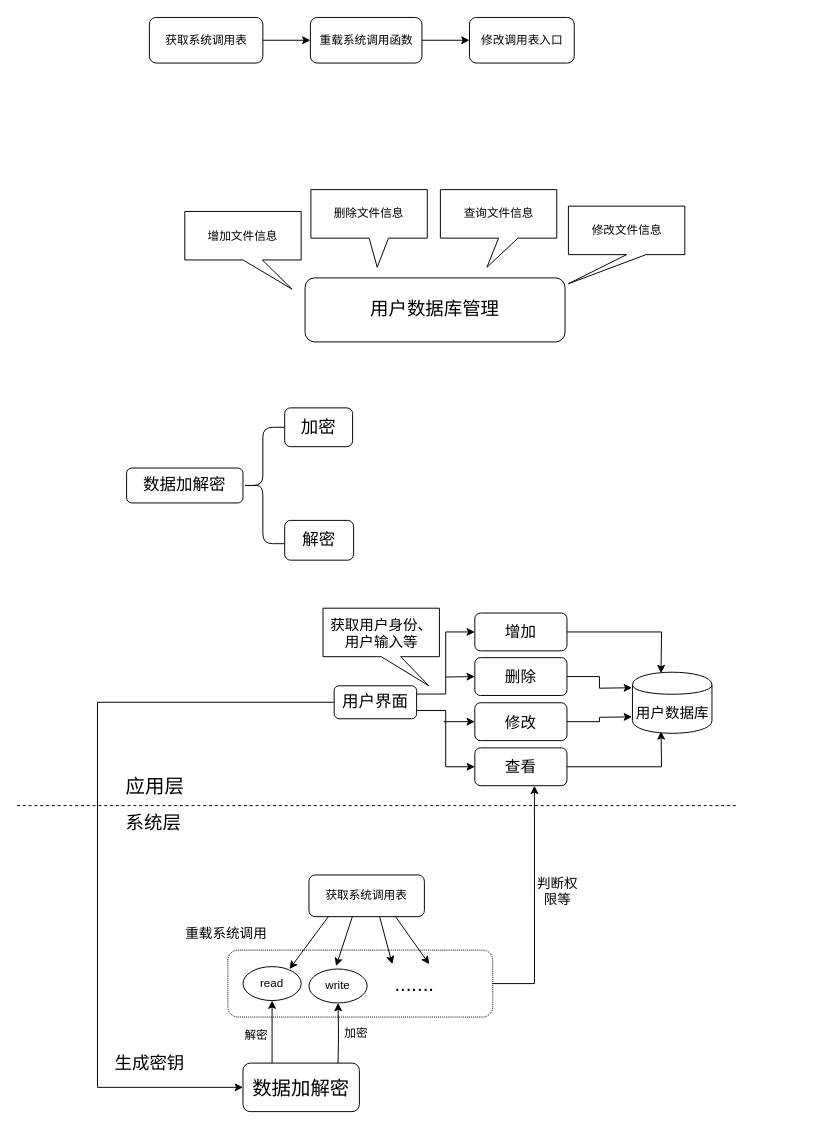
This is 未命名表单.drawio from liuliuliuzy/my-repo, a draw.io file, before an edit. Source tidied: cells renumbered, new cells numbered last; positions are measured from the earlier drawing's top-left corner, leaving out a move shared by most shapes. Both pictures are drawn from the tidied source at 97%, with x=0, y=0 at pixel (16, 17).
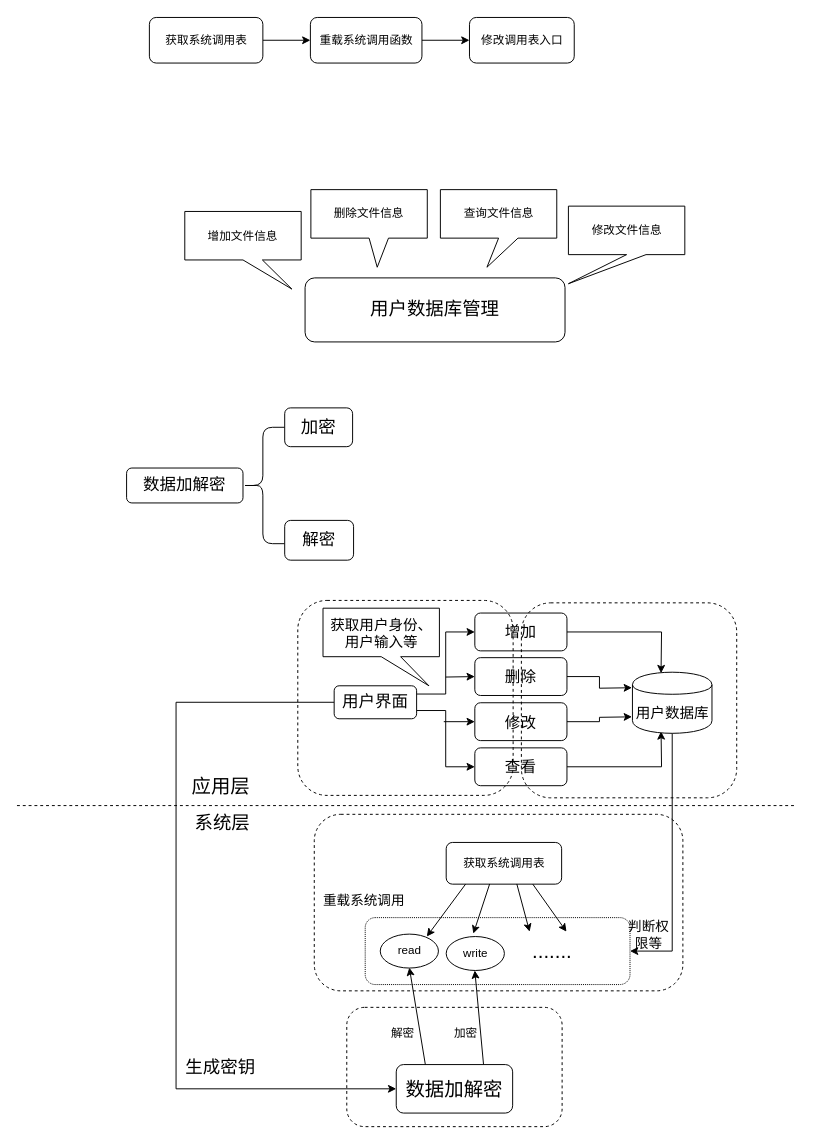
The same diagram, later.

Commit message:
更新未命名表单.drawio

Unchanged cells that the change refers to:
```xml
<mxCell id="21" value="&lt;font style=&quot;font-size: 17px&quot;&gt;用户界面&lt;/font&gt;" style="rounded=1;whiteSpace=wrap;html=1;" parent="1" vertex="1">
  <mxGeometry x="327" y="688.5" width="85" height="34" as="geometry" />
</mxCell>
<mxCell id="29" value="&lt;font style=&quot;font-size: 16px&quot;&gt;查看&lt;/font&gt;" style="rounded=1;whiteSpace=wrap;html=1;" parent="1" vertex="1">
  <mxGeometry x="472" y="752.5" width="95" height="39" as="geometry" />
</mxCell>
<mxCell id="47" value="&lt;font style=&quot;font-size: 15px&quot;&gt;用户数据库&lt;/font&gt;" style="shape=cylinder;whiteSpace=wrap;html=1;boundedLbl=1;backgroundOutline=1;" parent="1" vertex="1">
  <mxGeometry x="634.5" y="674.5" width="82" height="63" as="geometry" />
</mxCell>
```

The edit, as a diff of the source:
```diff
@@
     <mxCell id="16" style="endArrow=none;dashed=1;html=1;" parent="1" edge="1">
       <mxGeometry relative="1" as="geometry">
         <mxPoint y="812" as="sourcePoint" />
-        <mxPoint x="744" y="812" as="targetPoint" />
+        <mxPoint x="802" y="812" as="targetPoint" />
       </mxGeometry>
     </mxCell>
     <mxCell id="17" value="&lt;font style=&quot;font-size: 20px&quot;&gt;应用层&lt;/font&gt;" style="text;html=1;strokeColor=none;fillColor=none;align=center;verticalAlign=middle;whiteSpace=wrap;rounded=0;" parent="1" vertex="1">
-      <mxGeometry x="107" y="781.5" width="71" height="20" as="geometry" />
+      <mxGeometry x="175" y="781.5" width="71" height="20" as="geometry" />
     </mxCell>
@@
     <mxCell id="20" style="edgeStyle=orthogonalEdgeStyle;rounded=0;jettySize=auto;html=1;exitX=0;exitY=0.5;exitDx=0;exitDy=0;entryX=0;entryY=0.5;entryDx=0;entryDy=0;" parent="1" edge="1" source="21" target="44">
       <mxGeometry relative="1" as="geometry">
         <Array as="points">
-          <mxPoint x="83" y="706" />
-          <mxPoint x="83" y="1103" />
+          <mxPoint x="164" y="706" />
+          <mxPoint x="164" y="1104" />
         </Array>
       </mxGeometry>
     </mxCell>
@@
     <mxCell id="30" value="&lt;font style=&quot;font-size: 19px&quot;&gt;系统层&lt;/font&gt;" style="text;html=1;strokeColor=none;fillColor=none;align=center;verticalAlign=middle;whiteSpace=wrap;rounded=0;" parent="1" vertex="1">
-      <mxGeometry x="107" y="821" width="68" height="20" as="geometry" />
+      <mxGeometry x="178" y="821" width="68" height="20" as="geometry" />
     </mxCell>
@@
     <mxCell id="34" value="获取系统调用表" style="rounded=1;whiteSpace=wrap;html=1;" parent="1" vertex="1">
-      <mxGeometry x="301" y="883.5" width="119" height="43" as="geometry" />
+      <mxGeometry x="442.5" y="850" width="119" height="43" as="geometry" />
     </mxCell>
     <mxCell id="35" style="endArrow=classic;html=1;exitX=0.168;exitY=1;exitDx=0;exitDy=0;exitPerimeter=0;" parent="1" edge="1" source="34">
       <mxGeometry relative="1" as="geometry">
-        <mxPoint x="281" y="980.5" as="targetPoint" />
+        <mxPoint x="422.5" y="947" as="targetPoint" />
       </mxGeometry>
     </mxCell>
     <mxCell id="36" style="endArrow=classic;html=1;exitX=0.187;exitY=1.076;exitDx=0;exitDy=0;exitPerimeter=0;" parent="1" edge="1">
       <mxGeometry relative="1" as="geometry">
-        <mxPoint x="345.8" y="926.3" as="sourcePoint" />
-        <mxPoint x="329" y="977.5" as="targetPoint" />
+        <mxPoint x="487.3" y="892.8" as="sourcePoint" />
+        <mxPoint x="470.5" y="944" as="targetPoint" />
       </mxGeometry>
     </mxCell>
     <mxCell id="37" style="endArrow=classic;html=1;exitX=0.187;exitY=1.076;exitDx=0;exitDy=0;exitPerimeter=0;" parent="1" edge="1">
       <mxGeometry relative="1" as="geometry">
-        <mxPoint x="373.8" y="926.3" as="sourcePoint" />
-        <mxPoint x="387" y="975.5" as="targetPoint" />
+        <mxPoint x="515.3" y="892.8" as="sourcePoint" />
+        <mxPoint x="528.5" y="942" as="targetPoint" />
       </mxGeometry>
     </mxCell>
     <mxCell id="38" style="endArrow=classic;html=1;exitX=0.75;exitY=1;exitDx=0;exitDy=0;" parent="1" edge="1" source="34">
       <mxGeometry relative="1" as="geometry">
-        <mxPoint x="425" y="975.5" as="targetPoint" />
+        <mxPoint x="566.5" y="942" as="targetPoint" />
       </mxGeometry>
     </mxCell>
     <mxCell id="39" value="read" style="ellipse;whiteSpace=wrap;html=1;" parent="1" vertex="1">
-      <mxGeometry x="233" y="978" width="60" height="35" as="geometry" />
+      <mxGeometry x="374.5" y="944.5" width="60" height="35" as="geometry" />
     </mxCell>
     <mxCell id="40" value="write" style="ellipse;whiteSpace=wrap;html=1;" parent="1" vertex="1">
-      <mxGeometry x="301" y="980.5" width="60" height="35" as="geometry" />
+      <mxGeometry x="442.5" y="947" width="60" height="35" as="geometry" />
     </mxCell>
     <mxCell id="41" value="&lt;font style=&quot;font-size: 21px&quot;&gt;.......&lt;/font&gt;" style="text;html=1;strokeColor=none;fillColor=none;align=center;verticalAlign=middle;whiteSpace=wrap;rounded=0;" parent="1" vertex="1">
-      <mxGeometry x="390" y="985.5" width="40" height="20" as="geometry" />
+      <mxGeometry x="531.5" y="952" width="40" height="20" as="geometry" />
     </mxCell>
-    <mxCell id="42" style="edgeStyle=orthogonalEdgeStyle;rounded=0;jettySize=auto;html=1;exitX=0.25;exitY=0;exitDx=0;exitDy=0;entryX=0.5;entryY=1;entryDx=0;entryDy=0;" parent="1" edge="1" source="44" target="39">
-      <mxGeometry relative="1" as="geometry" />
-    </mxCell>
-    <mxCell id="43" style="edgeStyle=orthogonalEdgeStyle;rounded=0;jettySize=auto;html=1;entryX=0.5;entryY=1;entryDx=0;entryDy=0;" parent="1" edge="1" target="40">
-      <mxGeometry relative="1" as="geometry">
-        <mxPoint x="331" y="1080" as="sourcePoint" />
-      </mxGeometry>
-    </mxCell>
     <mxCell id="44" value="&lt;font style=&quot;font-size: 20px&quot;&gt;数据加解密&lt;/font&gt;" style="rounded=1;whiteSpace=wrap;html=1;" parent="1" vertex="1">
-      <mxGeometry x="233" y="1077.5" width="120" height="50" as="geometry" />
+      <mxGeometry x="391" y="1079" width="120" height="50" as="geometry" />
     </mxCell>
     <mxCell id="45" value="加密" style="text;html=1;strokeColor=none;fillColor=none;align=center;verticalAlign=middle;whiteSpace=wrap;rounded=0;" parent="1" vertex="1">
-      <mxGeometry x="329.5" y="1036.5" width="40" height="20" as="geometry" />
+      <mxGeometry x="442.5" y="1037" width="40" height="20" as="geometry" />
     </mxCell>
     <mxCell id="46" value="解密" style="text;html=1;align=left;verticalAlign=top;spacingTop=-4;" parent="1" vertex="1">
-      <mxGeometry x="233" y="1038.5" width="34" height="14" as="geometry" />
+      <mxGeometry x="383.5" y="1037" width="34" height="14" as="geometry" />
     </mxCell>
+    <mxCell id="53" style="edgeStyle=orthogonalEdgeStyle;rounded=0;jettySize=auto;html=1;exitX=0.5;exitY=1;exitDx=0;exitDy=0;entryX=1;entryY=0.5;entryDx=0;entryDy=0;" parent="1" edge="1" source="47" target="50">
+      <mxGeometry relative="1" as="geometry" />
+    </mxCell>
@@
     <mxCell id="48" value="&lt;font style=&quot;font-size: 14px&quot;&gt;重载系统调用&lt;/font&gt;" style="text;html=1;strokeColor=none;fillColor=none;align=center;verticalAlign=middle;whiteSpace=wrap;rounded=0;" parent="1" vertex="1">
-      <mxGeometry x="173" y="933.5" width="86" height="20" as="geometry" />
+      <mxGeometry x="314.5" y="900" width="86" height="20" as="geometry" />
     </mxCell>
-    <mxCell id="49" style="edgeStyle=orthogonalEdgeStyle;rounded=0;jettySize=auto;html=1;exitX=1;exitY=0.5;exitDx=0;exitDy=0;entryX=0.647;entryY=1.002;entryDx=0;entryDy=0;entryPerimeter=0;" parent="1" edge="1" source="50" target="29">
-      <mxGeometry relative="1" as="geometry" />
-    </mxCell>
     <mxCell id="50" style="rounded=1;whiteSpace=wrap;html=1;fillColor=none;dashed=1;dashPattern=1 1;" parent="1" vertex="1">
-      <mxGeometry x="217.5" y="961" width="273" height="69" as="geometry" />
+      <mxGeometry x="359" y="927.5" width="273" height="69" as="geometry" />
     </mxCell>
     <mxCell id="51" value="&lt;font style=&quot;font-size: 14px&quot;&gt;判断权限等&lt;/font&gt;" style="text;html=1;strokeColor=none;fillColor=none;align=center;verticalAlign=middle;whiteSpace=wrap;rounded=0;dashed=1;dashPattern=1 1;" parent="1" vertex="1">
-      <mxGeometry x="535" y="889.5" width="45" height="20" as="geometry" />
+      <mxGeometry x="628.5" y="934.5" width="45" height="20" as="geometry" />
     </mxCell>
     <mxCell id="52" value="&lt;font style=&quot;font-size: 18px&quot;&gt;生成密钥&lt;/font&gt;" style="text;html=1;strokeColor=none;fillColor=none;align=center;verticalAlign=middle;whiteSpace=wrap;rounded=0;dashed=1;dashPattern=1 1;" parent="1" vertex="1">
-      <mxGeometry x="70.5" y="1067.5" width="132" height="20" as="geometry" />
+      <mxGeometry x="144" y="1071.5" width="132" height="20" as="geometry" />
     </mxCell>
+    <mxCell id="54" style="rounded=1;whiteSpace=wrap;html=1;fillColor=none;dashed=1;" parent="1" vertex="1">
+      <mxGeometry x="520" y="603" width="222" height="201" as="geometry" />
+    </mxCell>
+    <mxCell id="55" style="rounded=1;whiteSpace=wrap;html=1;fillColor=none;dashed=1;" parent="1" vertex="1">
+      <mxGeometry x="289.5" y="600.5" width="222" height="201" as="geometry" />
+    </mxCell>
+    <mxCell id="56" style="rounded=1;whiteSpace=wrap;html=1;fillColor=none;dashed=1;" parent="1" vertex="1">
+      <mxGeometry x="306.5" y="821" width="380" height="182" as="geometry" />
+    </mxCell>
+    <mxCell id="57" style="edgeStyle=orthogonalEdgeStyle;rounded=0;orthogonalLoop=1;jettySize=auto;html=1;exitX=0.5;exitY=1;exitDx=0;exitDy=0;" parent="1" edge="1" source="44" target="44">
+      <mxGeometry relative="1" as="geometry" />
+    </mxCell>
+    <mxCell id="58" style="endArrow=classic;html=1;exitX=0.25;exitY=0;exitDx=0;exitDy=0;" parent="1" edge="1" source="44">
+      <mxGeometry relative="1" as="geometry">
+        <mxPoint x="404.5" y="979" as="targetPoint" />
+      </mxGeometry>
+    </mxCell>
+    <mxCell id="59" style="endArrow=classic;html=1;exitX=0.75;exitY=0;exitDx=0;exitDy=0;" parent="1" edge="1" source="44">
+      <mxGeometry relative="1" as="geometry">
+        <mxPoint x="472" y="982" as="targetPoint" />
+      </mxGeometry>
+    </mxCell>
+    <mxCell id="60" style="rounded=1;whiteSpace=wrap;html=1;fillColor=none;dashed=1;" parent="1" vertex="1">
+      <mxGeometry x="340" y="1020" width="222" height="123" as="geometry" />
+    </mxCell>
```
